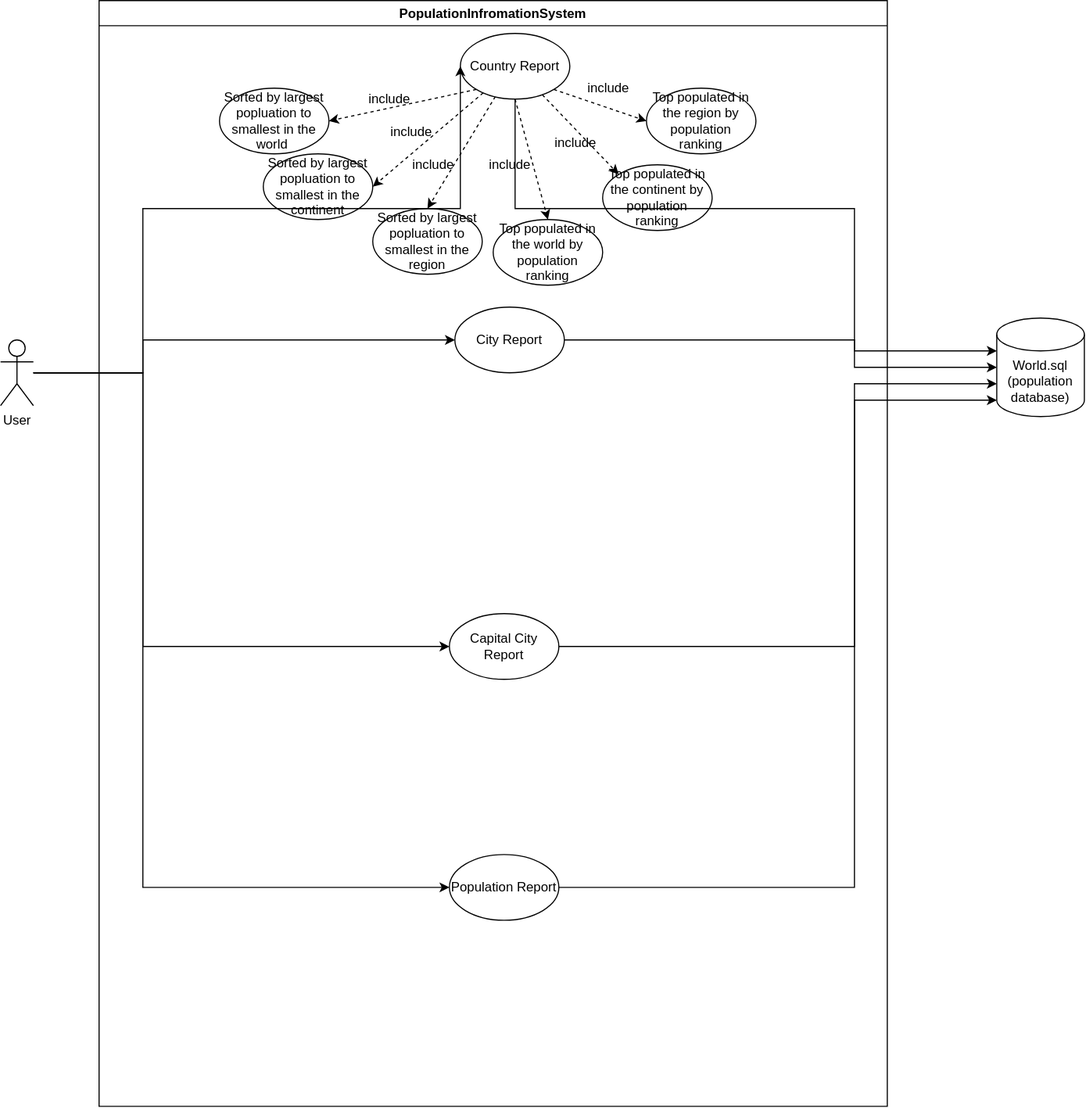
Earlier version of the draw.io export Usecase/PopulationInfromationSystem.svg (ChawThiriSoe1779/SET09623Gp2). Source tidied: cells renumbered, new cells last; positions are measured from the earlier drawing's top-left corner, leaving out a move shared by most shapes.
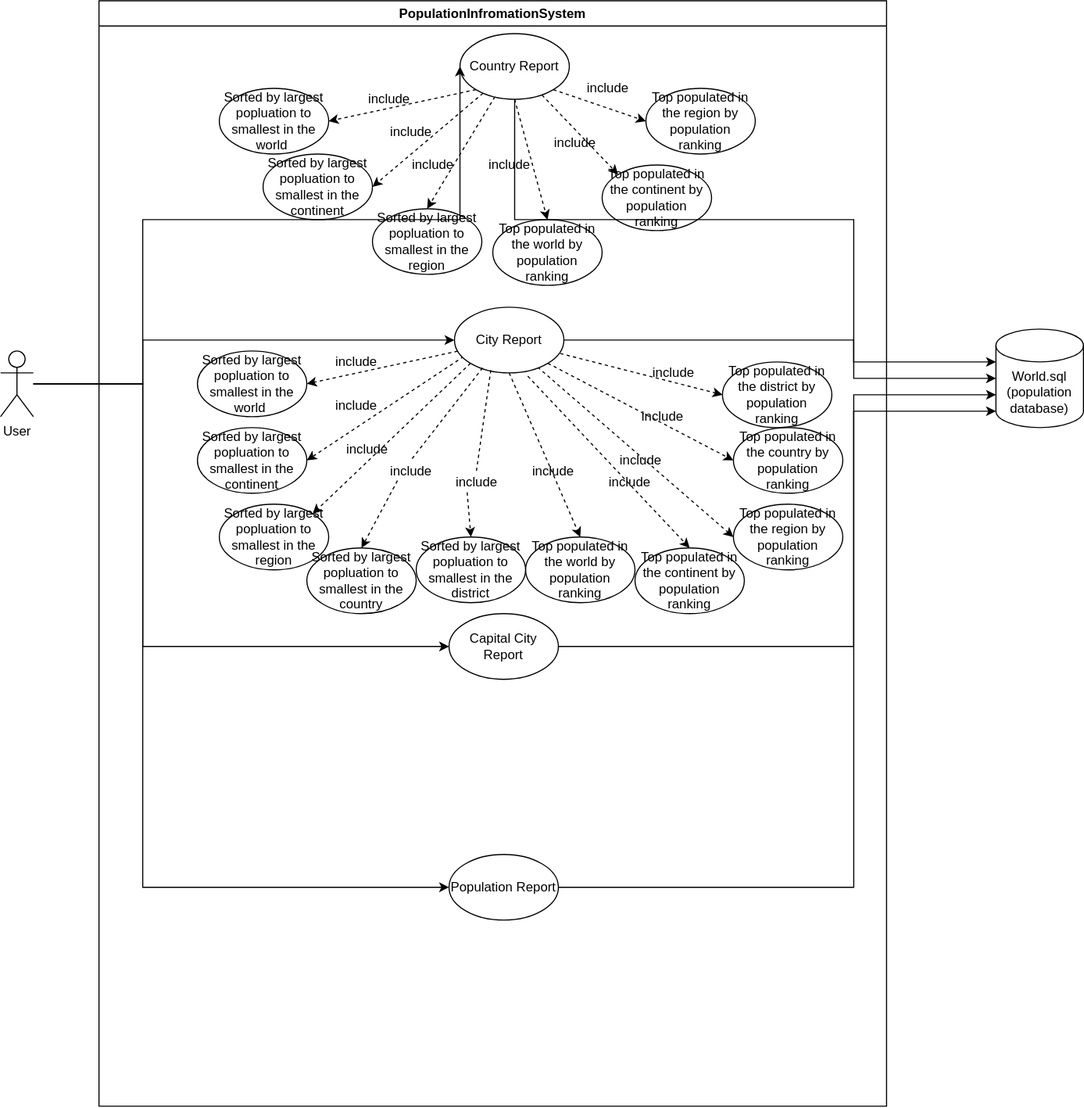
After the change.

Commit message:
Adding addition changes in Usecase diagram(PopulationInfromationSystem.svg)

What changed in the source:
```diff
@@ -3,7 +3,7 @@
     <mxCell id="0" />
     <mxCell id="1" parent="0" />
     <mxCell id="2" value="PopulationInfromationSystem" style="swimlane;" parent="1" vertex="1">
-      <mxGeometry x="90" width="720" height="1010" as="geometry" />
+      <mxGeometry x="90" y="-10" width="720" height="1010" as="geometry" />
     </mxCell>
     <mxCell id="3" style="rounded=0;jettySize=auto;html=1;exitX=0;exitY=1;exitDx=0;exitDy=0;entryX=1;entryY=0.5;entryDx=0;entryDy=0;fontSize=12;dashed=1;" parent="2" edge="1" source="9" target="13">
       <mxGeometry relative="1" as="geometry" />
@@ -26,6 +26,36 @@
     <mxCell id="9" value="Country Report" style="ellipse;whiteSpace=wrap;html=1;" parent="2" vertex="1">
       <mxGeometry x="330" y="30" width="100" height="60" as="geometry" />
     </mxCell>
+    <mxCell id="35" style="edgeStyle=none;rounded=0;jettySize=auto;html=1;entryX=1;entryY=0.5;entryDx=0;entryDy=0;dashed=1;fontSize=12;" parent="2" edge="1" source="10" target="45">
+      <mxGeometry relative="1" as="geometry" />
+    </mxCell>
+    <mxCell id="36" style="edgeStyle=none;rounded=0;jettySize=auto;html=1;exitX=0.084;exitY=0.751;exitDx=0;exitDy=0;entryX=1;entryY=0.5;entryDx=0;entryDy=0;dashed=1;fontSize=12;exitPerimeter=0;" parent="2" edge="1" source="10" target="46">
+      <mxGeometry relative="1" as="geometry" />
+    </mxCell>
+    <mxCell id="37" style="edgeStyle=none;rounded=0;jettySize=auto;html=1;exitX=0;exitY=1;exitDx=0;exitDy=0;entryX=1;entryY=0;entryDx=0;entryDy=0;dashed=1;fontSize=12;" parent="2" edge="1" source="10" target="47">
+      <mxGeometry relative="1" as="geometry" />
+    </mxCell>
+    <mxCell id="38" style="edgeStyle=none;rounded=0;jettySize=auto;html=1;exitX=0.257;exitY=0.924;exitDx=0;exitDy=0;entryX=0.5;entryY=0;entryDx=0;entryDy=0;dashed=1;fontSize=12;exitPerimeter=0;startArrow=none;" parent="2" edge="1" source="58" target="51">
+      <mxGeometry relative="1" as="geometry" />
+    </mxCell>
+    <mxCell id="39" style="edgeStyle=none;rounded=0;jettySize=auto;html=1;exitX=0.332;exitY=0.958;exitDx=0;exitDy=0;entryX=0.5;entryY=0;entryDx=0;entryDy=0;dashed=1;fontSize=12;exitPerimeter=0;startArrow=none;" parent="2" edge="1" source="60" target="52">
+      <mxGeometry relative="1" as="geometry" />
+    </mxCell>
+    <mxCell id="40" style="edgeStyle=none;rounded=0;jettySize=auto;html=1;exitX=0.5;exitY=1;exitDx=0;exitDy=0;entryX=0.5;entryY=0;entryDx=0;entryDy=0;dashed=1;fontSize=12;" parent="2" edge="1" source="10" target="48">
+      <mxGeometry relative="1" as="geometry" />
+    </mxCell>
+    <mxCell id="41" style="edgeStyle=none;rounded=0;jettySize=auto;html=1;exitX=0.67;exitY=1.05;exitDx=0;exitDy=0;entryX=0.5;entryY=0;entryDx=0;entryDy=0;dashed=1;fontSize=12;exitPerimeter=0;" parent="2" edge="1" source="10" target="49">
+      <mxGeometry relative="1" as="geometry" />
+    </mxCell>
+    <mxCell id="42" style="edgeStyle=none;rounded=0;jettySize=auto;html=1;exitX=0.76;exitY=0.912;exitDx=0;exitDy=0;entryX=0;entryY=0.5;entryDx=0;entryDy=0;dashed=1;fontSize=12;exitPerimeter=0;" parent="2" edge="1" source="10" target="50">
+      <mxGeometry relative="1" as="geometry" />
+    </mxCell>
+    <mxCell id="43" style="edgeStyle=none;rounded=0;jettySize=auto;html=1;exitX=1;exitY=1;exitDx=0;exitDy=0;entryX=0;entryY=0.5;entryDx=0;entryDy=0;dashed=1;fontSize=12;" parent="2" edge="1" source="10" target="53">
+      <mxGeometry relative="1" as="geometry" />
+    </mxCell>
+    <mxCell id="44" style="edgeStyle=none;rounded=0;jettySize=auto;html=1;exitX=0.967;exitY=0.705;exitDx=0;exitDy=0;entryX=0;entryY=0.5;entryDx=0;entryDy=0;dashed=1;fontSize=12;exitPerimeter=0;" parent="2" edge="1" source="10" target="54">
+      <mxGeometry relative="1" as="geometry" />
+    </mxCell>
     <mxCell id="10" value="City Report" style="ellipse;whiteSpace=wrap;html=1;" parent="2" vertex="1">
       <mxGeometry x="325" y="280" width="100" height="60" as="geometry" />
     </mxCell>
@@ -71,6 +101,72 @@
     <mxCell id="24" value="include" style="text;html=1;align=center;verticalAlign=middle;strokeColor=none;fillColor=none;fontSize=12;" parent="2" vertex="1">
       <mxGeometry x="440" y="70" width="50" height="20" as="geometry" />
     </mxCell>
+    <mxCell id="45" value="Sorted by largest popluation to smallest in the world&amp;nbsp;" style="ellipse;whiteSpace=wrap;html=1;" parent="2" vertex="1">
+      <mxGeometry x="90" y="320" width="100" height="60" as="geometry" />
+    </mxCell>
+    <mxCell id="46" value="Sorted by largest popluation to smallest in the continent" style="ellipse;whiteSpace=wrap;html=1;" parent="2" vertex="1">
+      <mxGeometry x="90" y="390" width="100" height="60" as="geometry" />
+    </mxCell>
+    <mxCell id="47" value="Sorted by largest popluation to smallest in the region" style="ellipse;whiteSpace=wrap;html=1;" parent="2" vertex="1">
+      <mxGeometry x="110" y="460" width="100" height="60" as="geometry" />
+    </mxCell>
+    <mxCell id="48" value="Top populated in the world by population ranking" style="ellipse;whiteSpace=wrap;html=1;" parent="2" vertex="1">
+      <mxGeometry x="390" y="490" width="100" height="60" as="geometry" />
+    </mxCell>
+    <mxCell id="49" value="Top populated in the continent by population ranking" style="ellipse;whiteSpace=wrap;html=1;" parent="2" vertex="1">
+      <mxGeometry x="490" y="500" width="100" height="60" as="geometry" />
+    </mxCell>
+    <mxCell id="50" value="Top populated in the region by population ranking" style="ellipse;whiteSpace=wrap;html=1;" parent="2" vertex="1">
+      <mxGeometry x="580" y="460" width="100" height="60" as="geometry" />
+    </mxCell>
+    <mxCell id="51" value="Sorted by largest popluation to smallest in the country" style="ellipse;whiteSpace=wrap;html=1;" parent="2" vertex="1">
+      <mxGeometry x="190" y="500" width="100" height="60" as="geometry" />
+    </mxCell>
+    <mxCell id="52" value="Sorted by largest popluation to smallest in the district" style="ellipse;whiteSpace=wrap;html=1;" parent="2" vertex="1">
+      <mxGeometry x="290" y="490" width="100" height="60" as="geometry" />
+    </mxCell>
+    <mxCell id="53" value="Top populated in the country by population ranking" style="ellipse;whiteSpace=wrap;html=1;" parent="2" vertex="1">
+      <mxGeometry x="580" y="390" width="100" height="60" as="geometry" />
+    </mxCell>
+    <mxCell id="54" value="Top populated in the district by population ranking" style="ellipse;whiteSpace=wrap;html=1;" parent="2" vertex="1">
+      <mxGeometry x="570" y="330" width="100" height="60" as="geometry" />
+    </mxCell>
+    <mxCell id="55" value="include" style="text;html=1;align=center;verticalAlign=middle;strokeColor=none;fillColor=none;fontSize=12;" parent="2" vertex="1">
+      <mxGeometry x="210" y="320" width="50" height="20" as="geometry" />
+    </mxCell>
+    <mxCell id="56" value="include" style="text;html=1;align=center;verticalAlign=middle;strokeColor=none;fillColor=none;fontSize=12;" parent="2" vertex="1">
+      <mxGeometry x="210" y="360" width="50" height="20" as="geometry" />
+    </mxCell>
+    <mxCell id="57" value="include" style="text;html=1;align=center;verticalAlign=middle;strokeColor=none;fillColor=none;fontSize=12;" parent="2" vertex="1">
+      <mxGeometry x="220" y="400" width="50" height="20" as="geometry" />
+    </mxCell>
+    <mxCell id="58" value="include" style="text;html=1;align=center;verticalAlign=middle;points=[];strokeColor=none;fillColor=none;fontSize=12;" parent="2" vertex="1">
+      <mxGeometry x="260" y="420" width="50" height="20" as="geometry" />
+    </mxCell>
+    <mxCell id="59" style="edgeStyle=none;rounded=0;jettySize=auto;html=1;exitX=0.257;exitY=0.924;exitDx=0;exitDy=0;entryX=0.5;entryY=0;entryDx=0;entryDy=0;dashed=1;fontSize=12;exitPerimeter=0;endArrow=none;" parent="2" edge="1" source="10" target="58">
+      <mxGeometry relative="1" as="geometry" />
+    </mxCell>
+    <mxCell id="60" value="include" style="text;html=1;align=center;verticalAlign=middle;points=[];strokeColor=none;fillColor=none;fontSize=12;" parent="2" vertex="1">
+      <mxGeometry x="320" y="430" width="50" height="20" as="geometry" />
+    </mxCell>
+    <mxCell id="61" style="edgeStyle=none;rounded=0;jettySize=auto;html=1;exitX=0.332;exitY=0.958;exitDx=0;exitDy=0;entryX=0.5;entryY=0;entryDx=0;entryDy=0;dashed=1;fontSize=12;exitPerimeter=0;endArrow=none;" parent="2" edge="1" source="10" target="60">
+      <mxGeometry relative="1" as="geometry" />
+    </mxCell>
+    <mxCell id="62" value="include" style="text;html=1;align=center;verticalAlign=middle;strokeColor=none;fillColor=none;fontSize=12;" parent="2" vertex="1">
+      <mxGeometry x="390" y="420" width="50" height="20" as="geometry" />
+    </mxCell>
+    <mxCell id="63" value="include" style="text;html=1;align=center;verticalAlign=middle;strokeColor=none;fillColor=none;fontSize=12;" parent="2" vertex="1">
+      <mxGeometry x="460" y="430" width="50" height="20" as="geometry" />
+    </mxCell>
+    <mxCell id="64" value="include" style="text;html=1;align=center;verticalAlign=middle;strokeColor=none;fillColor=none;fontSize=12;" parent="2" vertex="1">
+      <mxGeometry x="470" y="410" width="50" height="20" as="geometry" />
+    </mxCell>
+    <mxCell id="65" value="include" style="text;html=1;align=center;verticalAlign=middle;strokeColor=none;fillColor=none;fontSize=12;" parent="2" vertex="1">
+      <mxGeometry x="490" y="370" width="50" height="20" as="geometry" />
+    </mxCell>
+    <mxCell id="66" value="include" style="text;html=1;align=center;verticalAlign=middle;strokeColor=none;fillColor=none;fontSize=12;" parent="2" vertex="1">
+      <mxGeometry x="500" y="330" width="50" height="20" as="geometry" />
+    </mxCell>
     <mxCell id="25" style="edgeStyle=orthogonalEdgeStyle;rounded=0;jettySize=auto;html=1;entryX=0;entryY=0.5;entryDx=0;entryDy=0;" parent="1" edge="1" source="29" target="9">
       <mxGeometry relative="1" as="geometry">
         <Array as="points">
@@ -83,7 +179,7 @@
       <mxGeometry relative="1" as="geometry">
         <Array as="points">
           <mxPoint x="130" y="340" />
-          <mxPoint x="130" y="310" />
+          <mxPoint x="130" y="300" />
         </Array>
       </mxGeometry>
     </mxCell>
@@ -91,7 +187,7 @@
       <mxGeometry relative="1" as="geometry">
         <Array as="points">
           <mxPoint x="130" y="340" />
-          <mxPoint x="130" y="590" />
+          <mxPoint x="130" y="580" />
         </Array>
       </mxGeometry>
     </mxCell>
@@ -99,7 +195,7 @@
       <mxGeometry relative="1" as="geometry">
         <Array as="points">
           <mxPoint x="130" y="340" />
-          <mxPoint x="130" y="810" />
+          <mxPoint x="130" y="800" />
         </Array>
       </mxGeometry>
     </mxCell>
@@ -120,7 +216,7 @@
     <mxCell id="32" style="edgeStyle=orthogonalEdgeStyle;rounded=0;jettySize=auto;html=1;entryX=0;entryY=0.5;entryDx=0;entryDy=0;entryPerimeter=0;" parent="1" edge="1" source="10" target="30">
       <mxGeometry relative="1" as="geometry">
         <Array as="points">
-          <mxPoint x="780" y="310" />
+          <mxPoint x="780" y="300" />
           <mxPoint x="780" y="335" />
         </Array>
       </mxGeometry>
@@ -128,7 +224,7 @@
     <mxCell id="33" style="edgeStyle=orthogonalEdgeStyle;rounded=0;jettySize=auto;html=1;entryX=0;entryY=0;entryDx=0;entryDy=60;entryPerimeter=0;" parent="1" edge="1" source="11" target="30">
       <mxGeometry relative="1" as="geometry">
         <Array as="points">
-          <mxPoint x="780" y="590" />
+          <mxPoint x="780" y="580" />
           <mxPoint x="780" y="350" />
         </Array>
       </mxGeometry>
@@ -136,7 +232,7 @@
     <mxCell id="34" style="edgeStyle=orthogonalEdgeStyle;rounded=0;jettySize=auto;html=1;entryX=0;entryY=1;entryDx=0;entryDy=-15;entryPerimeter=0;" parent="1" edge="1" source="12" target="30">
       <mxGeometry relative="1" as="geometry">
         <Array as="points">
-          <mxPoint x="780" y="810" />
+          <mxPoint x="780" y="800" />
           <mxPoint x="780" y="365" />
         </Array>
       </mxGeometry>
```
